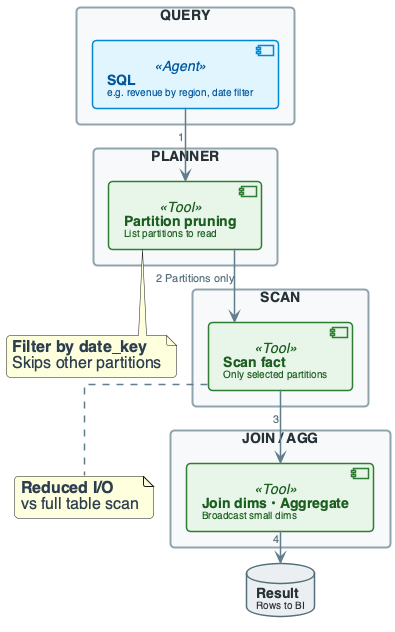
Above: diagrams/week05/week5_lecture_slide22_query_flow.png in OrPerets/data-engineering-course (PlantUML), before the change.
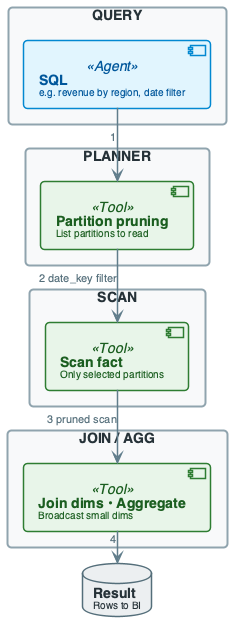
Later version of the same file.

Diff of the diagram source:
```diff
@@ -137,11 +137,8 @@
 database "**Result**\n<size:10>Rows to BI</size>" as RESULT
 
 SQL --> PRUNE : "1"
-PRUNE --> SCAN1 : "2 Partitions only"
-SCAN1 --> JOIN : "3"
+PRUNE --> SCAN1 : "2 date_key filter"
+SCAN1 --> JOIN : "3 pruned scan"
 JOIN --> RESULT : "4"
 
-note bottom of PRUNE : **Filter by date_key**\nSkips other partitions
-note bottom of SCAN1 : **Reduced I/O**\nvs full table scan
-
 @enduml
```
